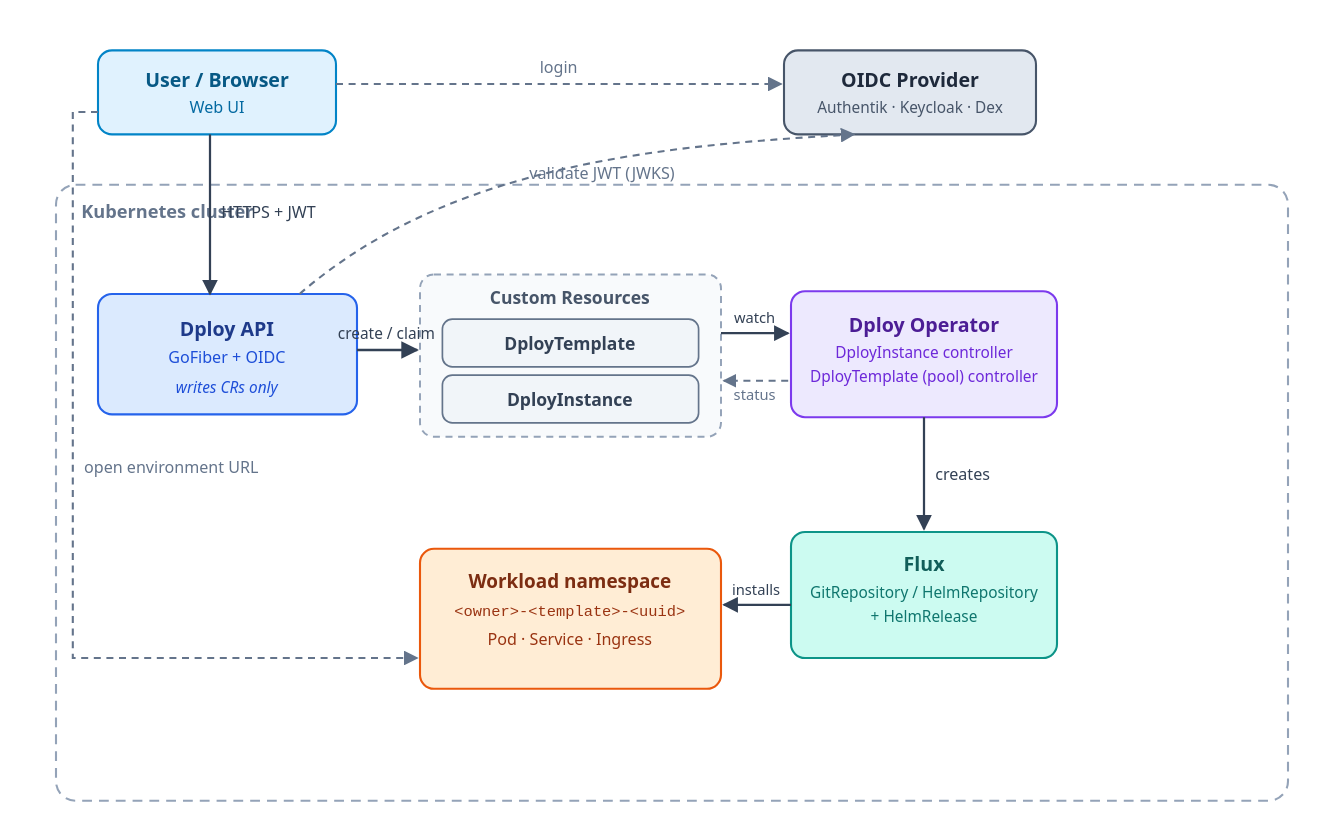
AYDEV-FR/dploy keeps this draw.io diagram as docs/public/diagrams/dploy-architecture.svg. Above is the earlier version. Source tidied: cells renumbered, new cells last; positions are measured from the earlier drawing's top-left corner, leaving out a move shared by most shapes. The source it was exported from:
```xml
<mxGraphModel>
  <root>
    <mxCell id="0" />
    <mxCell id="1" parent="0" />
    <mxCell id="2" value="Kubernetes cluster" style="rounded=1;dashed=1;fillColor=none;strokeColor=#94a3b8;align=left;verticalAlign=top;spacingLeft=12;spacingTop=8;fontColor=#64748b;fontSize=12;fontStyle=1;" parent="1" vertex="1">
      <mxGeometry y="96" width="880" height="440" as="geometry" />
    </mxCell>
    <mxCell id="3" value="User / Browser&#10;Web UI" style="rounded=1;whiteSpace=wrap;html=1;fillColor=#e0f2fe;strokeColor=#0284c7;fontColor=#075985;fontSize=13;" parent="1" vertex="1">
      <mxGeometry x="30" width="170" height="60" as="geometry" />
    </mxCell>
    <mxCell id="4" value="OIDC Provider&#10;Authentik · Keycloak · Dex" style="rounded=1;whiteSpace=wrap;html=1;fillColor=#e2e8f0;strokeColor=#475569;fontColor=#1e293b;fontSize=13;" parent="1" vertex="1">
      <mxGeometry x="520" width="180" height="60" as="geometry" />
    </mxCell>
    <mxCell id="5" value="Dploy API&#10;GoFiber + OIDC&#10;(writes CRs only)" style="rounded=1;whiteSpace=wrap;html=1;fillColor=#dbeafe;strokeColor=#2563eb;fontColor=#1e3a8a;fontSize=13;" parent="1" vertex="1">
      <mxGeometry x="30" y="174" width="185" height="86" as="geometry" />
    </mxCell>
    <mxCell id="6" value="Custom Resources" style="rounded=1;dashed=1;whiteSpace=wrap;html=1;fillColor=#f8fafc;strokeColor=#94a3b8;align=center;verticalAlign=top;spacingTop=4;fontColor=#475569;fontSize=12;" parent="1" vertex="1">
      <mxGeometry x="260" y="160" width="215" height="116" as="geometry" />
    </mxCell>
    <mxCell id="7" value="DployTemplate" style="rounded=1;whiteSpace=wrap;html=1;fillColor=#f1f5f9;strokeColor=#64748b;fontColor=#334155;fontSize=12;" parent="1" vertex="1">
      <mxGeometry x="276" y="192" width="183" height="34" as="geometry" />
    </mxCell>
    <mxCell id="8" value="DployInstance" style="rounded=1;whiteSpace=wrap;html=1;fillColor=#f1f5f9;strokeColor=#64748b;fontColor=#334155;fontSize=12;" parent="1" vertex="1">
      <mxGeometry x="276" y="232" width="183" height="34" as="geometry" />
    </mxCell>
    <mxCell id="9" value="Dploy Operator&#10;DployInstance controller&#10;DployTemplate (pool) controller" style="rounded=1;whiteSpace=wrap;html=1;fillColor=#ede9fe;strokeColor=#7c3aed;fontColor=#4c1d95;fontSize=13;" parent="1" vertex="1">
      <mxGeometry x="525" y="172" width="190" height="90" as="geometry" />
    </mxCell>
    <mxCell id="10" value="Flux&#10;GitRepository / HelmRepository&#10;+ HelmRelease" style="rounded=1;whiteSpace=wrap;html=1;fillColor=#ccfbf1;strokeColor=#0d9488;fontColor=#115e59;fontSize=13;" parent="1" vertex="1">
      <mxGeometry x="525" y="344" width="190" height="90" as="geometry" />
    </mxCell>
    <mxCell id="11" value="Workload namespace&#10;&lt;owner&gt;-&lt;template&gt;-&lt;uuid&gt;&#10;Pod · Service · Ingress" style="rounded=1;whiteSpace=wrap;html=1;fillColor=#ffedd5;strokeColor=#ea580c;fontColor=#7c2d12;fontSize=13;" parent="1" vertex="1">
      <mxGeometry x="260" y="356" width="215" height="100" as="geometry" />
    </mxCell>
    <mxCell id="12" value="HTTPS + JWT" style="endArrow=block;html=1;rounded=1;strokeColor=#334155;fontColor=#334155;fontSize=11;" parent="1" edge="1" source="3" target="5">
      <mxGeometry relative="1" as="geometry" />
    </mxCell>
    <mxCell id="13" value="login" style="endArrow=block;html=1;dashed=1;strokeColor=#64748b;fontColor=#64748b;fontSize=11;" parent="1" edge="1" source="3" target="4">
      <mxGeometry relative="1" as="geometry" />
    </mxCell>
    <mxCell id="14" value="validate JWT (JWKS)" style="endArrow=block;html=1;dashed=1;strokeColor=#64748b;fontColor=#64748b;fontSize=11;" parent="1" edge="1" source="5" target="4">
      <mxGeometry relative="1" as="geometry" />
    </mxCell>
    <mxCell id="15" value="create / claim" style="endArrow=block;html=1;rounded=1;strokeColor=#334155;fontColor=#334155;fontSize=11;" parent="1" edge="1" source="5" target="6">
      <mxGeometry relative="1" as="geometry" />
    </mxCell>
    <mxCell id="16" value="watch" style="endArrow=block;html=1;rounded=1;strokeColor=#334155;fontColor=#334155;fontSize=11;" parent="1" edge="1" source="6" target="9">
      <mxGeometry relative="1" as="geometry" />
    </mxCell>
    <mxCell id="17" value="status" style="endArrow=block;html=1;dashed=1;strokeColor=#64748b;fontColor=#64748b;fontSize=11;exitX=0.5;exitY=1;entryX=0.5;entryY=1;" parent="1" edge="1" source="9" target="6">
      <mxGeometry relative="1" as="geometry" />
    </mxCell>
    <mxCell id="18" value="creates" style="endArrow=block;html=1;rounded=1;strokeColor=#334155;fontColor=#334155;fontSize=11;" parent="1" edge="1" source="9" target="10">
      <mxGeometry relative="1" as="geometry" />
    </mxCell>
    <mxCell id="19" value="installs" style="endArrow=block;html=1;rounded=1;strokeColor=#334155;fontColor=#334155;fontSize=11;" parent="1" edge="1" source="10" target="11">
      <mxGeometry relative="1" as="geometry" />
    </mxCell>
    <mxCell id="20" value="open environment URL" style="endArrow=block;html=1;dashed=1;rounded=1;strokeColor=#64748b;fontColor=#64748b;fontSize=11;exitX=0;exitY=0.5;entryX=0;entryY=0.5;" parent="1" edge="1" source="3" target="11">
      <mxGeometry relative="1" as="geometry" />
    </mxCell>
  </root>
</mxGraphModel>
```
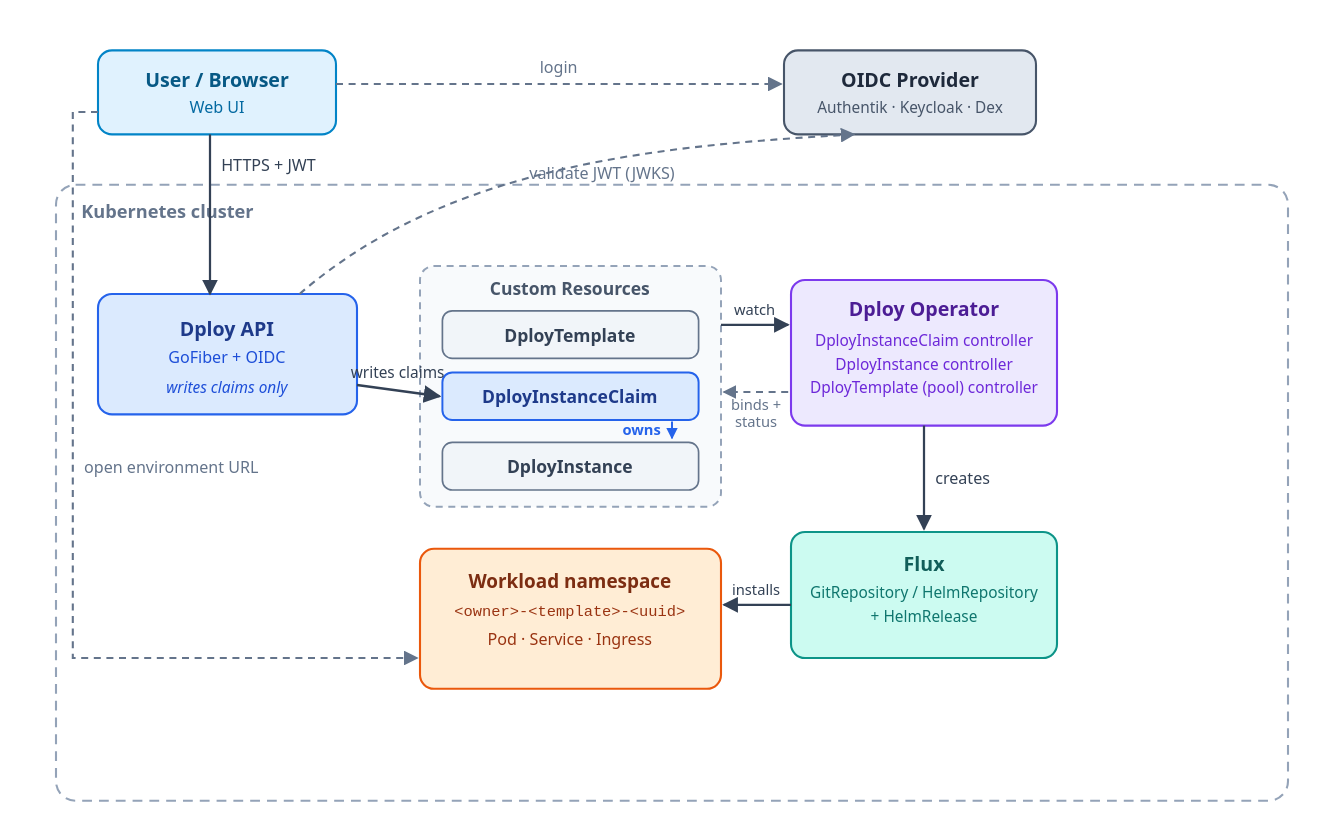
The same file after the commit.

Commit message:
docs: redraw the architecture around the claim

Change to the diagram source:
```diff
@@ -11,20 +11,26 @@
     <mxCell id="4" value="OIDC Provider&#10;Authentik · Keycloak · Dex" style="rounded=1;whiteSpace=wrap;html=1;fillColor=#e2e8f0;strokeColor=#475569;fontColor=#1e293b;fontSize=13;" parent="1" vertex="1">
       <mxGeometry x="520" width="180" height="60" as="geometry" />
     </mxCell>
-    <mxCell id="5" value="Dploy API&#10;GoFiber + OIDC&#10;(writes CRs only)" style="rounded=1;whiteSpace=wrap;html=1;fillColor=#dbeafe;strokeColor=#2563eb;fontColor=#1e3a8a;fontSize=13;" parent="1" vertex="1">
+    <mxCell id="5" value="Dploy API&#10;GoFiber + OIDC&#10;(writes claims only)" style="rounded=1;whiteSpace=wrap;html=1;fillColor=#dbeafe;strokeColor=#2563eb;fontColor=#1e3a8a;fontSize=13;" parent="1" vertex="1">
       <mxGeometry x="30" y="174" width="185" height="86" as="geometry" />
     </mxCell>
     <mxCell id="6" value="Custom Resources" style="rounded=1;dashed=1;whiteSpace=wrap;html=1;fillColor=#f8fafc;strokeColor=#94a3b8;align=center;verticalAlign=top;spacingTop=4;fontColor=#475569;fontSize=12;" parent="1" vertex="1">
-      <mxGeometry x="260" y="160" width="215" height="116" as="geometry" />
+      <mxGeometry x="260" y="154" width="215" height="172" as="geometry" />
     </mxCell>
     <mxCell id="7" value="DployTemplate" style="rounded=1;whiteSpace=wrap;html=1;fillColor=#f1f5f9;strokeColor=#64748b;fontColor=#334155;fontSize=12;" parent="1" vertex="1">
-      <mxGeometry x="276" y="192" width="183" height="34" as="geometry" />
+      <mxGeometry x="276" y="186" width="183" height="34" as="geometry" />
     </mxCell>
+    <mxCell id="21" value="DployInstanceClaim" style="rounded=1;whiteSpace=wrap;html=1;fillColor=#dbeafe;strokeColor=#2563eb;fontColor=#1e3a8a;fontSize=12;fontStyle=1;" parent="1" vertex="1">
+      <mxGeometry x="276" y="230" width="183" height="34" as="geometry" />
+    </mxCell>
     <mxCell id="8" value="DployInstance" style="rounded=1;whiteSpace=wrap;html=1;fillColor=#f1f5f9;strokeColor=#64748b;fontColor=#334155;fontSize=12;" parent="1" vertex="1">
-      <mxGeometry x="276" y="232" width="183" height="34" as="geometry" />
+      <mxGeometry x="276" y="280" width="183" height="34" as="geometry" />
     </mxCell>
+    <mxCell id="22" value="owns" style="endArrow=block;html=1;rounded=1;strokeColor=#2563eb;fontColor=#2563eb;fontSize=10;exitX=0.95;exitY=1;entryX=0.95;entryY=0;" parent="1" edge="1" source="21" target="8">
+      <mxGeometry relative="1" as="geometry" />
+    </mxCell>
-    <mxCell id="9" value="Dploy Operator&#10;DployInstance controller&#10;DployTemplate (pool) controller" style="rounded=1;whiteSpace=wrap;html=1;fillColor=#ede9fe;strokeColor=#7c3aed;fontColor=#4c1d95;fontSize=13;" parent="1" vertex="1">
-      <mxGeometry x="525" y="172" width="190" height="90" as="geometry" />
+    <mxCell id="9" value="Dploy Operator&#10;DployInstanceClaim controller&#10;DployInstance controller&#10;DployTemplate (pool) controller" style="rounded=1;whiteSpace=wrap;html=1;fillColor=#ede9fe;strokeColor=#7c3aed;fontColor=#4c1d95;fontSize=13;" parent="1" vertex="1">
+      <mxGeometry x="525" y="164" width="190" height="104" as="geometry" />
     </mxCell>
     <mxCell id="10" value="Flux&#10;GitRepository / HelmRepository&#10;+ HelmRelease" style="rounded=1;whiteSpace=wrap;html=1;fillColor=#ccfbf1;strokeColor=#0d9488;fontColor=#115e59;fontSize=13;" parent="1" vertex="1">
       <mxGeometry x="525" y="344" width="190" height="90" as="geometry" />
@@ -41,13 +47,13 @@
     <mxCell id="14" value="validate JWT (JWKS)" style="endArrow=block;html=1;dashed=1;strokeColor=#64748b;fontColor=#64748b;fontSize=11;" parent="1" edge="1" source="5" target="4">
       <mxGeometry relative="1" as="geometry" />
     </mxCell>
-    <mxCell id="15" value="create / claim" style="endArrow=block;html=1;rounded=1;strokeColor=#334155;fontColor=#334155;fontSize=11;" parent="1" edge="1" source="5" target="6">
+    <mxCell id="15" value="writes claims" style="endArrow=block;html=1;rounded=1;strokeColor=#334155;fontColor=#334155;fontSize=11;" parent="1" edge="1" source="5" target="21">
       <mxGeometry relative="1" as="geometry" />
     </mxCell>
     <mxCell id="16" value="watch" style="endArrow=block;html=1;rounded=1;strokeColor=#334155;fontColor=#334155;fontSize=11;" parent="1" edge="1" source="6" target="9">
       <mxGeometry relative="1" as="geometry" />
     </mxCell>
-    <mxCell id="17" value="status" style="endArrow=block;html=1;dashed=1;strokeColor=#64748b;fontColor=#64748b;fontSize=11;exitX=0.5;exitY=1;entryX=0.5;entryY=1;" parent="1" edge="1" source="9" target="6">
+    <mxCell id="17" value="binds + status" style="endArrow=block;html=1;dashed=1;strokeColor=#64748b;fontColor=#64748b;fontSize=11;exitX=0.5;exitY=1;entryX=0.5;entryY=1;" parent="1" edge="1" source="9" target="6">
       <mxGeometry relative="1" as="geometry" />
     </mxCell>
     <mxCell id="18" value="creates" style="endArrow=block;html=1;rounded=1;strokeColor=#334155;fontColor=#334155;fontSize=11;" parent="1" edge="1" source="9" target="10">
```
